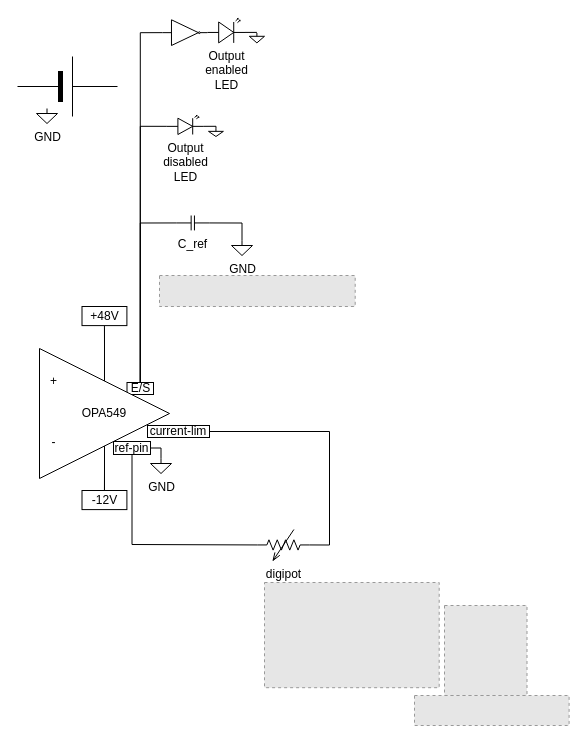
NathansLab/FastDigitalVoltageSource keeps this draw.io diagram as FastDigitalVoltageSource.drawio. Above is the earlier version. Source tidied: cells renumbered, new cells numbered last; positions are measured from the earlier drawing's top-left corner, leaving out a move shared by most shapes. Both pictures are drawn from the tidied source at 100%, with x=0, y=0 at pixel (17, 18). Pictures stored in the file or linked from it are replaced by grey dashed boxes.
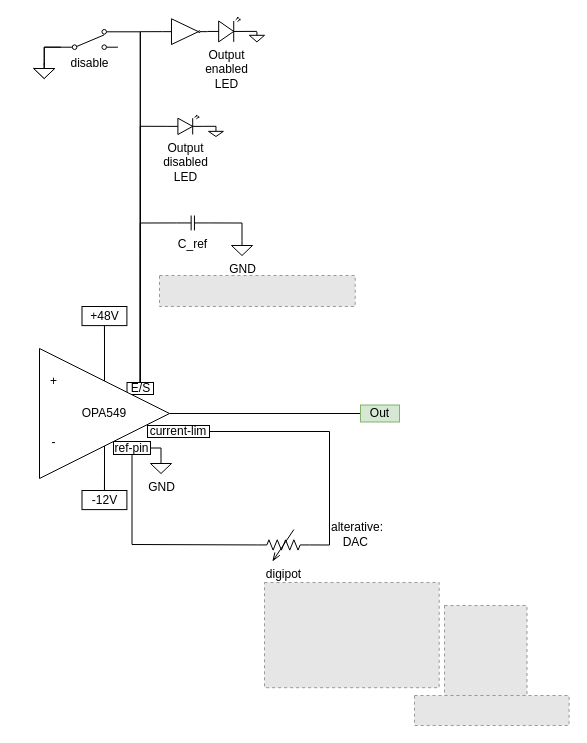
The same diagram, later.

The change refers to these unchanged cells:
```xml
<mxCell id="22" value="E/S" style="rounded=0;whiteSpace=wrap;html=1;" parent="20" vertex="1">
  <mxGeometry x="87.5" y="34" width="26.5" height="12" as="geometry" />
</mxCell>
<mxCell id="23" value="OPA549" style="triangle;whiteSpace=wrap;html=1;" parent="20" vertex="1">
  <mxGeometry width="130" height="130" as="geometry" />
</mxCell>
```

What changed in the source:
```diff
@@
     <mxCell id="29" style="group;" parent="1" vertex="1">
-      <mxGeometry x="145" width="102" height="27" as="geometry" />
+      <mxGeometry x="145" y="-1" width="102" height="27" as="geometry" />
     </mxCell>
@@
+    <mxCell id="41" style="edgeStyle=orthogonalEdgeStyle;rounded=0;jettySize=auto;html=1;exitX=1;exitY=0.115;exitDx=0;exitDy=0;exitPerimeter=0;entryX=0.5;entryY=0;entryDx=0;entryDy=0;endArrow=none;endFill=0;" parent="1" edge="1" source="46" target="22">
+      <mxGeometry relative="1" as="geometry" />
+    </mxCell>
+    <mxCell id="42" style="edgeStyle=orthogonalEdgeStyle;rounded=0;jettySize=auto;html=1;exitX=0;exitY=0.5;exitDx=0;exitDy=0;entryX=1;entryY=0.5;entryDx=0;entryDy=0;endArrow=none;endFill=0;" parent="1" edge="1" source="43" target="23">
+      <mxGeometry relative="1" as="geometry" />
+    </mxCell>
+    <mxCell id="43" value="Out" style="rounded=0;whiteSpace=wrap;html=1;fillColor=#d5e8d4;strokeColor=#82b366;" parent="1" vertex="1">
+      <mxGeometry x="343" y="386.5" width="39" height="17" as="geometry" />
+    </mxCell>
+    <mxCell id="44" style="edgeStyle=orthogonalEdgeStyle;rounded=0;jettySize=auto;html=1;exitX=1;exitY=0.5;exitDx=0;exitDy=0;exitPerimeter=0;entryX=0;entryY=0.885;entryDx=0;entryDy=0;entryPerimeter=0;endArrow=none;endFill=0;" parent="1" edge="1" target="46">
+      <mxGeometry relative="1" as="geometry">
+        <mxPoint x="26.8" y="46" as="sourcePoint" />
+        <Array as="points">
+          <mxPoint x="27" y="29" />
+        </Array>
+      </mxGeometry>
+    </mxCell>
-    <mxCell id="39" value="GND" style="verticalLabelPosition=bottom;shadow=0;dashed=0;align=center;html=1;verticalAlign=top;shape=mxgraph.electrical.signal_sources.signal_ground;" parent="1" vertex="1">
-      <mxGeometry x="19" y="90" width="21" height="15" as="geometry" />
+    <mxCell id="39" style="verticalLabelPosition=bottom;shadow=0;dashed=0;align=center;html=1;verticalAlign=top;shape=mxgraph.electrical.signal_sources.signal_ground;" parent="1" vertex="1">
+      <mxGeometry x="16.2" y="45" width="21" height="15" as="geometry" />
     </mxCell>
-    <mxCell id="40" style="verticalLabelPosition=bottom;shadow=0;dashed=0;align=center;fillColor=#000000;html=1;verticalAlign=top;strokeWidth=1;shape=mxgraph.electrical.miscellaneous.monocell_battery;" parent="1" vertex="1">
-      <mxGeometry y="38" width="100" height="60" as="geometry" />
-    </mxCell>
+    <mxCell id="45" style="group;" parent="1" vertex="1">
+      <mxGeometry x="16.2" y="11" width="84.2" height="49" as="geometry" />
+    </mxCell>
+    <mxCell id="46" value="disable" style="verticalLabelPosition=bottom;shadow=0;dashed=0;align=center;html=1;verticalAlign=top;shape=mxgraph.electrical.electro-mechanical.2-way_switch;" parent="45" vertex="1">
+      <mxGeometry x="27.2" width="57" height="20" as="geometry" />
+    </mxCell>
+    <mxCell id="47" style="verticalLabelPosition=bottom;shadow=0;dashed=0;align=center;html=1;verticalAlign=top;shape=mxgraph.electrical.signal_sources.signal_ground;" parent="45" vertex="1">
+      <mxGeometry y="34" width="21" height="15" as="geometry" />
+    </mxCell>
+    <mxCell id="48" style="edgeStyle=orthogonalEdgeStyle;rounded=0;orthogonalLoop=1;jettySize=auto;html=1;exitX=1;exitY=0.5;exitDx=0;exitDy=0;exitPerimeter=0;entryX=0;entryY=0.885;entryDx=0;entryDy=0;entryPerimeter=0;endArrow=none;endFill=0;" parent="45" edge="1">
+      <mxGeometry relative="1" as="geometry">
+        <mxPoint x="10.5" y="35" as="sourcePoint" />
+        <mxPoint x="27.2" y="17.7" as="targetPoint" />
+        <Array as="points">
+          <mxPoint x="10.8" y="18" />
+        </Array>
+      </mxGeometry>
+    </mxCell>
+    <mxCell id="49" value="alterative: DAC&amp;nbsp;" style="text;html=1;strokeColor=none;fillColor=none;align=center;verticalAlign=middle;whiteSpace=wrap;rounded=0;" parent="1" vertex="1">
+      <mxGeometry x="320" y="506" width="40" height="20" as="geometry" />
+    </mxCell>
```
